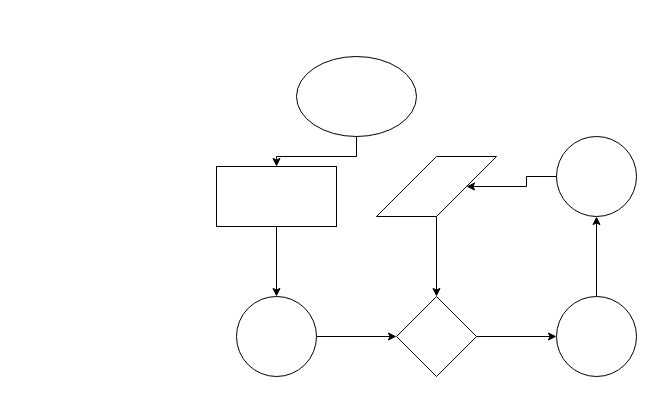
This is Диаграмма без названия.drawio from andriisemeniuta/goit-pyweb2.0-01, a draw.io file, before an edit. Source tidied: cells renumbered, new cells numbered last; positions are measured from the earlier drawing's top-left corner, leaving out a move shared by most shapes. Both pictures are drawn from the tidied source at 100%, with x=0, y=0 at pixel (216, 56).
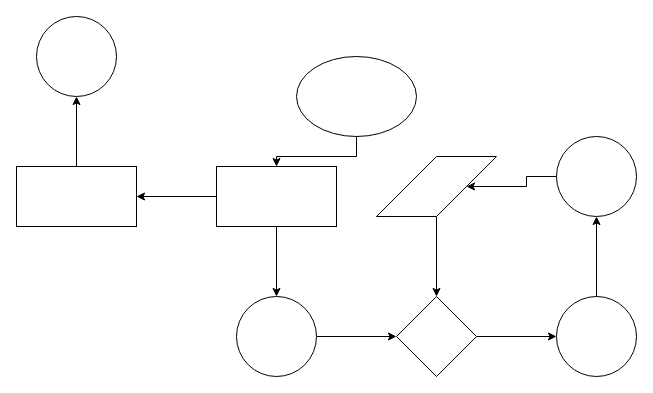
Above is the later version.

Commit message:
Обновить Диаграмма без названия2.drawio

What changed in the source:
```diff
@@
 <mxGraphModel>
   <root>
     <mxCell id="0" />
     <mxCell id="1" parent="0" />
     <mxCell id="2" style="edgeStyle=orthogonalEdgeStyle;rounded=0;jettySize=auto;html=1;" parent="1" edge="1" source="3" target="7">
       <mxGeometry relative="1" as="geometry" />
     </mxCell>
+    <mxCell id="16" style="edgeStyle=orthogonalEdgeStyle;rounded=0;jettySize=auto;html=1;" parent="1" edge="1" source="3" target="18">
+      <mxGeometry relative="1" as="geometry" />
+    </mxCell>
     <mxCell id="3" style="rounded=0;whiteSpace=wrap;html=1;" parent="1" vertex="1">
       <mxGeometry y="110" width="120" height="60" as="geometry" />
     </mxCell>
     <mxCell id="4" style="edgeStyle=orthogonalEdgeStyle;rounded=0;jettySize=auto;html=1;" parent="1" edge="1" source="5" target="3">
       <mxGeometry relative="1" as="geometry" />
     </mxCell>
     <mxCell id="5" style="ellipse;whiteSpace=wrap;html=1;" parent="1" vertex="1">
       <mxGeometry x="80" width="120" height="80" as="geometry" />
     </mxCell>
     <mxCell id="6" style="edgeStyle=orthogonalEdgeStyle;rounded=0;jettySize=auto;html=1;" parent="1" edge="1" source="7" target="9">
       <mxGeometry relative="1" as="geometry" />
     </mxCell>
     <mxCell id="7" style="ellipse;whiteSpace=wrap;html=1;rounded=0;" parent="1" vertex="1">
       <mxGeometry x="20" y="240" width="80" height="80" as="geometry" />
     </mxCell>
     <mxCell id="8" style="edgeStyle=orthogonalEdgeStyle;rounded=0;jettySize=auto;html=1;" parent="1" edge="1" source="9" target="11">
       <mxGeometry relative="1" as="geometry" />
     </mxCell>
     <mxCell id="9" style="rhombus;whiteSpace=wrap;html=1;rounded=0;" parent="1" vertex="1">
       <mxGeometry x="180" y="240" width="80" height="80" as="geometry" />
     </mxCell>
     <mxCell id="10" style="edgeStyle=orthogonalEdgeStyle;rounded=0;jettySize=auto;html=1;" parent="1" edge="1" source="11" target="13">
       <mxGeometry relative="1" as="geometry" />
     </mxCell>
     <mxCell id="11" style="ellipse;whiteSpace=wrap;html=1;rounded=0;" parent="1" vertex="1">
       <mxGeometry x="340" y="240" width="80" height="80" as="geometry" />
     </mxCell>
     <mxCell id="12" style="edgeStyle=orthogonalEdgeStyle;rounded=0;jettySize=auto;html=1;" parent="1" edge="1" source="13" target="15">
       <mxGeometry relative="1" as="geometry" />
     </mxCell>
     <mxCell id="13" style="ellipse;whiteSpace=wrap;html=1;rounded=0;" parent="1" vertex="1">
       <mxGeometry x="340" y="80" width="80" height="80" as="geometry" />
     </mxCell>
     <mxCell id="14" style="edgeStyle=orthogonalEdgeStyle;rounded=0;jettySize=auto;html=1;" parent="1" edge="1" source="15" target="9">
       <mxGeometry relative="1" as="geometry" />
     </mxCell>
     <mxCell id="15" style="shape=parallelogram;perimeter=parallelogramPerimeter;whiteSpace=wrap;html=1;fixedSize=1;rounded=0;size=60;" parent="1" vertex="1">
       <mxGeometry x="160" y="100" width="120" height="60" as="geometry" />
     </mxCell>
+    <mxCell id="17" style="edgeStyle=orthogonalEdgeStyle;rounded=0;jettySize=auto;html=1;" parent="1" edge="1" source="18" target="19">
+      <mxGeometry relative="1" as="geometry" />
+    </mxCell>
+    <mxCell id="18" style="rounded=0;whiteSpace=wrap;html=1;" parent="1" vertex="1">
+      <mxGeometry x="-200" y="110" width="120" height="60" as="geometry" />
+    </mxCell>
+    <mxCell id="19" style="ellipse;whiteSpace=wrap;html=1;rounded=0;" parent="1" vertex="1">
+      <mxGeometry x="-180" y="-40" width="80" height="80" as="geometry" />
+    </mxCell>
   </root>
 </mxGraphModel>
```
